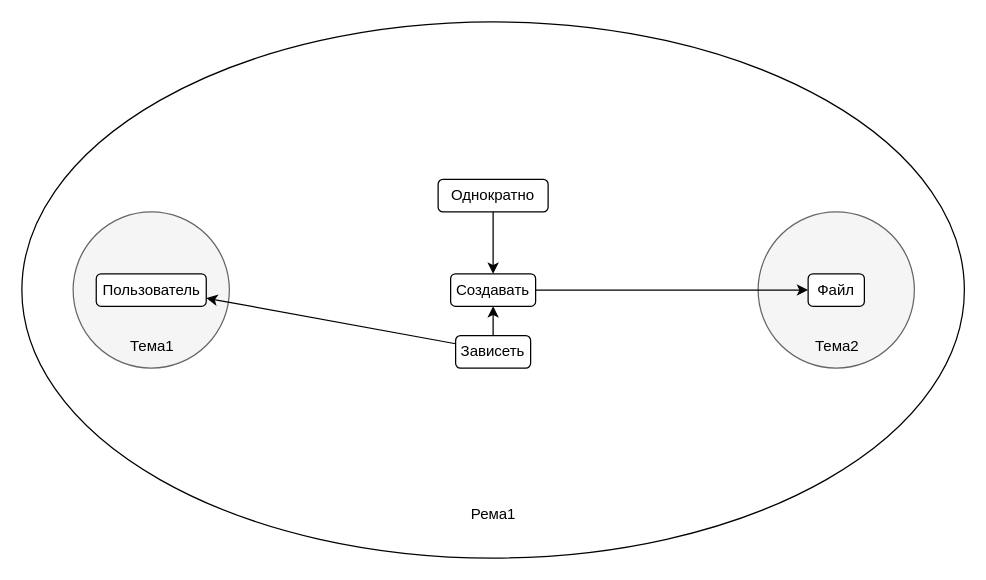
Earlier version of the draw.io diagram Metagraph.drawio (DMfananddu/DSM). Source tidied: cells renumbered, new cells numbered last; positions are measured from the earlier drawing's top-left corner, leaving out a move shared by most shapes. Both pictures are drawn from the tidied source at 125%, with x=0, y=0 at pixel (21, 21).
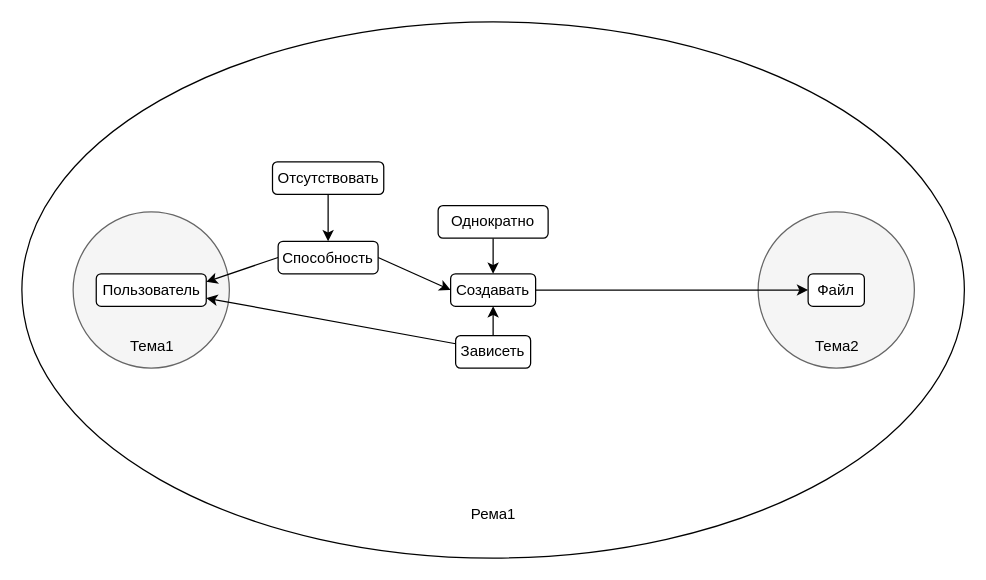
The same page after the edit.

Unchanged cells that the change refers to:
```xml
<mxCell id="2" style="ellipse;whiteSpace=wrap;html=1;" parent="1" vertex="1">
  <mxGeometry width="754" height="429" as="geometry" />
</mxCell>
<mxCell id="5" value="Пользователь" style="rounded=1;whiteSpace=wrap;html=1;" parent="2" vertex="1">
  <mxGeometry x="59.5" y="201.5" width="88" height="26" as="geometry" />
</mxCell>
<mxCell id="10" value="Создавать" style="rounded=1;whiteSpace=wrap;html=1;" parent="2" vertex="1">
  <mxGeometry x="343" y="201.5" width="68" height="26" as="geometry" />
</mxCell>
```

Change to the diagram source:
```diff
@@
     <mxCell id="12" value="Однократно" style="rounded=1;whiteSpace=wrap;html=1;" parent="2" vertex="1">
-      <mxGeometry x="333" y="126" width="88" height="26" as="geometry" />
+      <mxGeometry x="333" y="147" width="88" height="26" as="geometry" />
     </mxCell>
@@
+    <mxCell id="17" style="edgeStyle=none;rounded=0;jettySize=auto;html=1;exitX=0;exitY=0.5;exitDx=0;exitDy=0;entryX=1;entryY=0.25;entryDx=0;entryDy=0;" parent="2" edge="1" source="19" target="5">
+      <mxGeometry relative="1" as="geometry" />
+    </mxCell>
+    <mxCell id="18" style="edgeStyle=none;rounded=0;jettySize=auto;html=1;exitX=1;exitY=0.5;exitDx=0;exitDy=0;entryX=0;entryY=0.5;entryDx=0;entryDy=0;" parent="2" edge="1" source="19" target="10">
+      <mxGeometry relative="1" as="geometry" />
+    </mxCell>
+    <mxCell id="19" value="Способность" style="rounded=1;whiteSpace=wrap;html=1;" parent="2" vertex="1">
+      <mxGeometry x="205" y="175.5" width="80" height="26" as="geometry" />
+    </mxCell>
+    <mxCell id="20" style="edgeStyle=none;rounded=0;jettySize=auto;html=1;exitX=0.5;exitY=1;exitDx=0;exitDy=0;entryX=0.5;entryY=0;entryDx=0;entryDy=0;" parent="2" edge="1" source="21" target="19">
+      <mxGeometry relative="1" as="geometry" />
+    </mxCell>
+    <mxCell id="21" value="Отсутствовать" style="rounded=1;whiteSpace=wrap;html=1;" parent="2" vertex="1">
+      <mxGeometry x="200.5" y="112" width="89" height="26" as="geometry" />
+    </mxCell>
```
